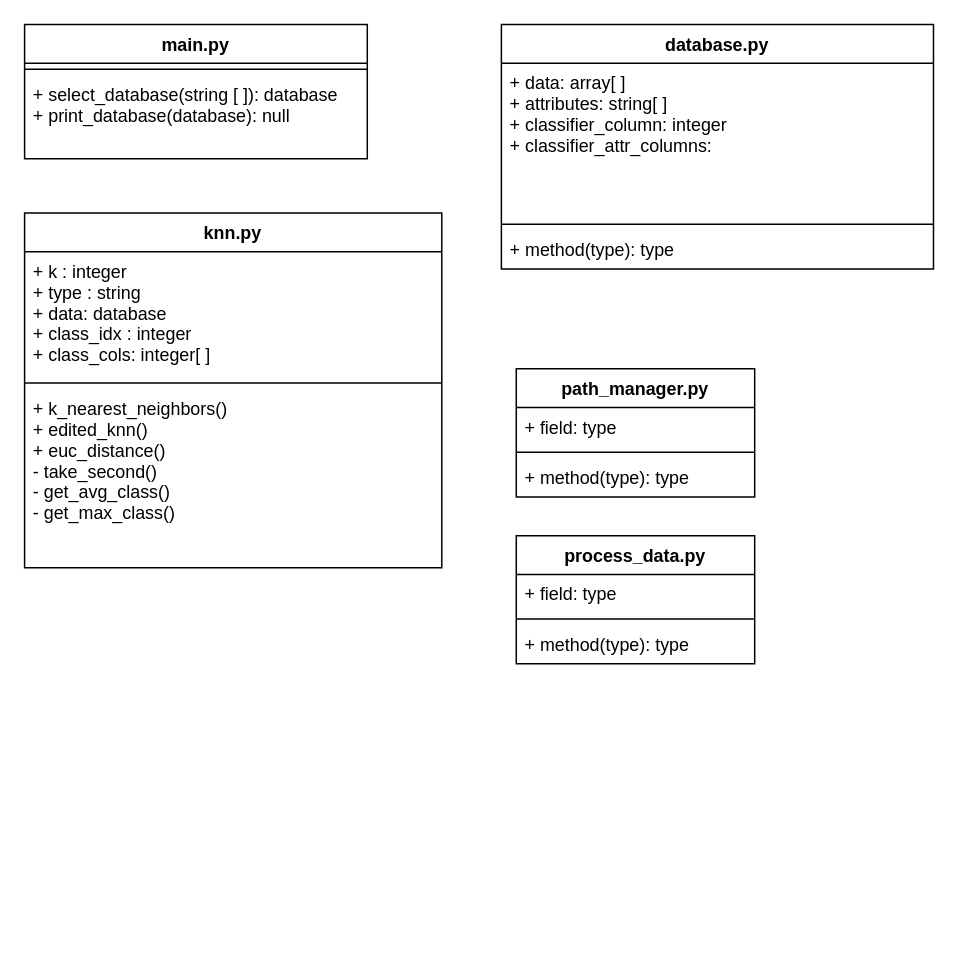
Geo3ngel/CSCI-447-Project-2 keeps this draw.io diagram as design_doc/Project 2 UML Diagram.drawio. Above is the earlier version. Source tidied: cells renumbered, new cells numbered last; positions are measured from the earlier drawing's top-left corner, leaving out a move shared by most shapes. Both pictures are drawn from the tidied source at 149%, with x=0, y=0 at pixel (24, 24).
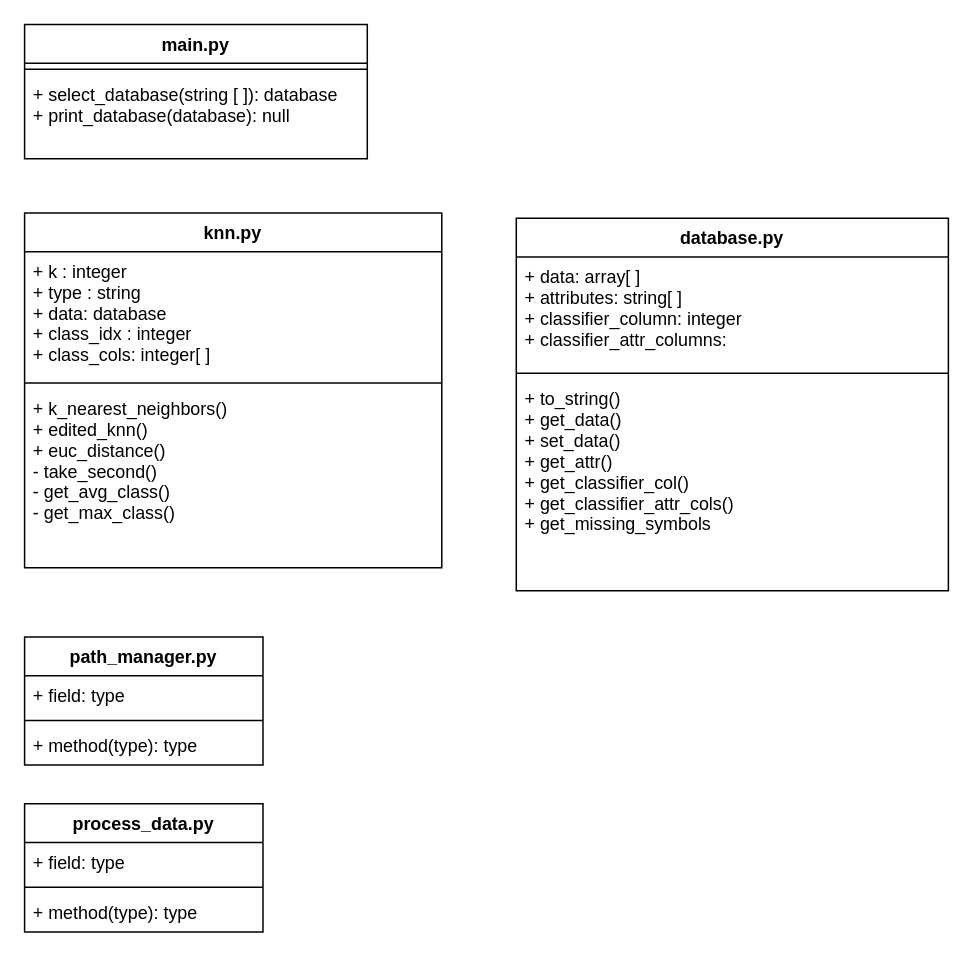
Above is the later version.

Change to the diagram source:
```diff
@@
     <mxCell id="5" value="database.py" style="swimlane;fontStyle=1;align=center;verticalAlign=top;horizontal=1;startSize=26;" parent="1" vertex="1">
-      <mxGeometry x="320" width="290" height="164" as="geometry" />
+      <mxGeometry x="330" y="130" width="290" height="250" as="geometry" />
     </mxCell>
     <mxCell id="6" value="+ data: array[ ]&#10;+ attributes: string[ ]&#10;+ classifier_column: integer&#10;+ classifier_attr_columns: " style="text;strokeColor=none;fillColor=none;align=left;verticalAlign=top;spacingLeft=4;spacingRight=4;overflow=hidden;" parent="5" vertex="1">
-      <mxGeometry y="26" width="290" height="104" as="geometry" />
+      <mxGeometry y="26" width="290" height="74" as="geometry" />
     </mxCell>
     <mxCell id="7" style="line;strokeWidth=1;fillColor=none;align=left;verticalAlign=middle;spacingTop=-1;spacingLeft=3;spacingRight=3;labelPosition=right;" parent="5" vertex="1">
-      <mxGeometry y="130" width="290" height="8" as="geometry" />
+      <mxGeometry y="100" width="290" height="8" as="geometry" />
     </mxCell>
-    <mxCell id="8" value="+ method(type): type" style="text;strokeColor=none;fillColor=none;align=left;verticalAlign=top;spacingLeft=4;spacingRight=4;overflow=hidden;" parent="5" vertex="1">
-      <mxGeometry y="138" width="290" height="26" as="geometry" />
+    <mxCell id="8" value="+ to_string()&#10;+ get_data()&#10;+ set_data()&#10;+ get_attr()&#10;+ get_classifier_col()&#10;+ get_classifier_attr_cols()&#10;+ get_missing_symbols&#10;" style="text;strokeColor=none;fillColor=none;align=left;verticalAlign=top;spacingLeft=4;spacingRight=4;overflow=hidden;" parent="5" vertex="1">
+      <mxGeometry y="108" width="290" height="142" as="geometry" />
     </mxCell>
     <mxCell id="9" value="process_data.py" style="swimlane;fontStyle=1;align=center;verticalAlign=top;horizontal=1;startSize=26;" parent="1" vertex="1">
-      <mxGeometry x="330" y="343" width="160" height="86" as="geometry" />
+      <mxGeometry y="523" width="160" height="86" as="geometry" />
     </mxCell>
@@
     <mxCell id="13" value="path_manager.py" style="swimlane;fontStyle=1;align=center;verticalAlign=top;horizontal=1;startSize=26;" parent="1" vertex="1">
-      <mxGeometry x="330" y="231" width="160" height="86" as="geometry" />
+      <mxGeometry y="411" width="160" height="86" as="geometry" />
     </mxCell>
```
